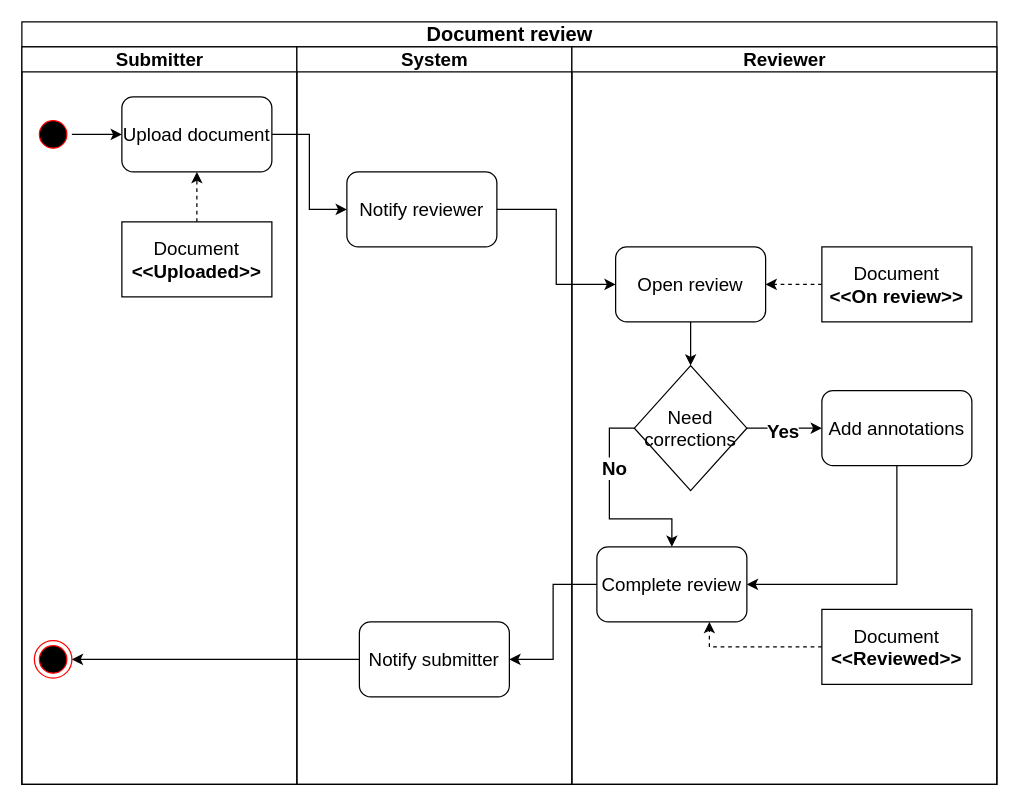
This is docs/diagrams/activities/documentReview.drawio from DaryllLorenzo/AEGIS, a draw.io file, before an edit. Source tidied: cells renumbered, new cells numbered last; positions are measured from the earlier drawing's top-left corner, leaving out a move shared by most shapes. Both pictures are drawn from the tidied source at 125%, with x=0, y=0 at pixel (21, 21).
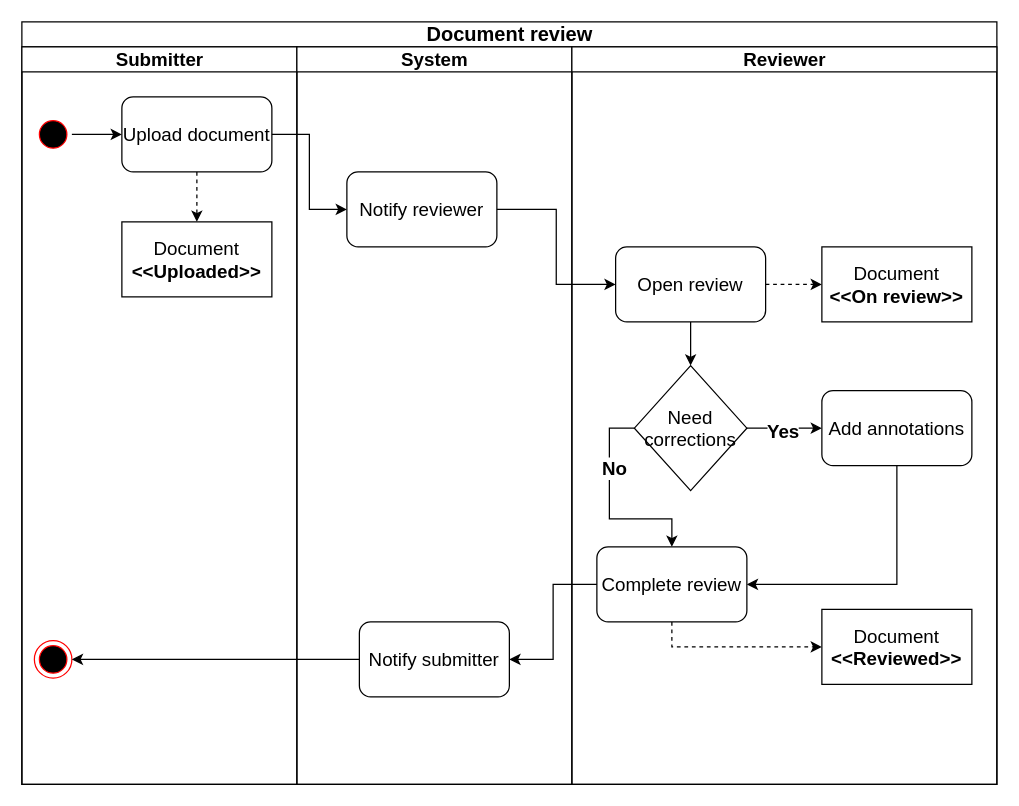
Above is the later version.

Commit message (it also covers changes not shown here):
feat(docs): add closeGroup activity diagram

Unchanged cells that the change refers to:
```xml
<mxCell id="3" value="&lt;font style=&quot;font-size: 15px;&quot;&gt;Submitter&lt;/font&gt;" style="swimlane;startSize=20;html=1;" parent="2" vertex="1">
  <mxGeometry y="20" width="220" height="590" as="geometry" />
</mxCell>
<mxCell id="6" value="&lt;font style=&quot;font-size: 15px;&quot;&gt;Upload document&lt;/font&gt;" style="rounded=1;whiteSpace=wrap;html=1;" parent="3" vertex="1">
  <mxGeometry x="80" y="40" width="120" height="60" as="geometry" />
</mxCell>
<mxCell id="8" value="&lt;font style=&quot;font-size: 15px;&quot;&gt;Document&lt;/font&gt;&lt;div&gt;&lt;font style=&quot;font-size: 15px;&quot;&gt;&lt;b&gt;&amp;lt;&amp;lt;Uploaded&amp;gt;&amp;gt;&lt;/b&gt;&lt;/font&gt;&lt;/div&gt;" style="rounded=0;whiteSpace=wrap;html=1;" parent="3" vertex="1">
  <mxGeometry x="80" y="140" width="120" height="60" as="geometry" />
</mxCell>
<mxCell id="13" value="&lt;font style=&quot;font-size: 15px;&quot;&gt;Reviewer&lt;/font&gt;" style="swimlane;startSize=20;html=1;" parent="2" vertex="1">
  <mxGeometry x="440" y="20" width="340" height="590" as="geometry" />
</mxCell>
<mxCell id="15" value="&lt;font style=&quot;font-size: 15px;&quot;&gt;Open review&lt;/font&gt;" style="rounded=1;whiteSpace=wrap;html=1;" parent="13" vertex="1">
  <mxGeometry x="35" y="160" width="120" height="60" as="geometry" />
</mxCell>
<mxCell id="17" value="&lt;font style=&quot;font-size: 15px;&quot;&gt;Document&lt;/font&gt;&lt;div&gt;&lt;font style=&quot;font-size: 15px;&quot;&gt;&lt;b&gt;&amp;lt;&amp;lt;On review&amp;gt;&amp;gt;&lt;/b&gt;&lt;/font&gt;&lt;/div&gt;" style="rounded=0;whiteSpace=wrap;html=1;" parent="13" vertex="1">
  <mxGeometry x="200" y="160" width="120" height="60" as="geometry" />
</mxCell>
<mxCell id="25" value="&lt;font style=&quot;font-size: 15px;&quot;&gt;Complete review&lt;/font&gt;" style="rounded=1;whiteSpace=wrap;html=1;" parent="13" vertex="1">
  <mxGeometry x="20" y="400" width="120" height="60" as="geometry" />
</mxCell>
<mxCell id="27" value="&lt;font style=&quot;font-size: 15px;&quot;&gt;Document&lt;/font&gt;&lt;div&gt;&lt;font style=&quot;font-size: 15px;&quot;&gt;&lt;b&gt;&amp;lt;&amp;lt;Reviewed&amp;gt;&amp;gt;&lt;/b&gt;&lt;/font&gt;&lt;/div&gt;" style="rounded=0;whiteSpace=wrap;html=1;" parent="13" vertex="1">
  <mxGeometry x="200" y="450" width="120" height="60" as="geometry" />
</mxCell>
```

What changed in the source:
```diff
@@
+    <mxCell id="32" style="edgeStyle=orthogonalEdgeStyle;rounded=0;jettySize=auto;html=1;exitX=0.5;exitY=1;exitDx=0;exitDy=0;entryX=0.5;entryY=0;entryDx=0;entryDy=0;dashed=1;" parent="3" edge="1" source="6" target="8">
+      <mxGeometry relative="1" as="geometry" />
+    </mxCell>
@@
-    <mxCell id="7" style="edgeStyle=orthogonalEdgeStyle;rounded=0;jettySize=auto;html=1;entryX=0.5;entryY=1;entryDx=0;entryDy=0;dashed=1;" parent="3" edge="1" source="8" target="6">
-      <mxGeometry relative="1" as="geometry" />
-    </mxCell>
@@
+    <mxCell id="33" style="edgeStyle=orthogonalEdgeStyle;rounded=0;jettySize=auto;html=1;exitX=1;exitY=0.5;exitDx=0;exitDy=0;entryX=0;entryY=0.5;entryDx=0;entryDy=0;dashed=1;" parent="13" edge="1" source="15" target="17">
+      <mxGeometry relative="1" as="geometry" />
+    </mxCell>
@@
-    <mxCell id="16" style="edgeStyle=orthogonalEdgeStyle;rounded=0;jettySize=auto;html=1;exitX=0;exitY=0.5;exitDx=0;exitDy=0;entryX=1;entryY=0.5;entryDx=0;entryDy=0;dashed=1;" parent="13" edge="1" source="17" target="15">
-      <mxGeometry relative="1" as="geometry" />
-    </mxCell>
@@
+    <mxCell id="34" style="edgeStyle=orthogonalEdgeStyle;rounded=0;jettySize=auto;html=1;exitX=0.5;exitY=1;exitDx=0;exitDy=0;entryX=0;entryY=0.5;entryDx=0;entryDy=0;dashed=1;" parent="13" edge="1" source="25" target="27">
+      <mxGeometry relative="1" as="geometry" />
+    </mxCell>
@@
-    <mxCell id="26" style="edgeStyle=orthogonalEdgeStyle;rounded=0;jettySize=auto;html=1;entryX=0.75;entryY=1;entryDx=0;entryDy=0;dashed=1;" parent="13" edge="1" source="27" target="25">
-      <mxGeometry relative="1" as="geometry" />
-    </mxCell>
```
